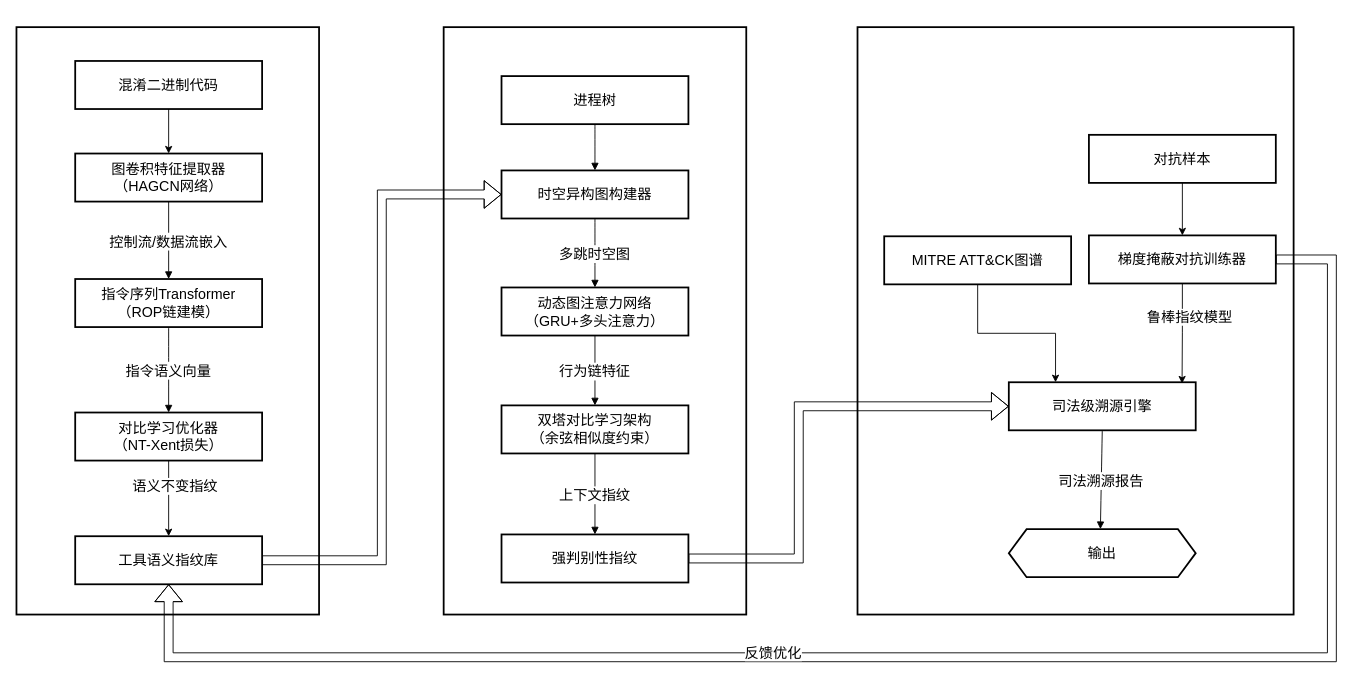
Earlier version of the draw.io diagram 高置信度指纹溯源体系.drawio (shanhuaV/shanhuaV.github.io). Source tidied: cells renumbered, new cells numbered last; positions are measured from the earlier drawing's top-left corner, leaving out a move shared by most shapes. Both pictures are drawn from the tidied source at 89%, with x=0, y=0 at pixel (16, 16).
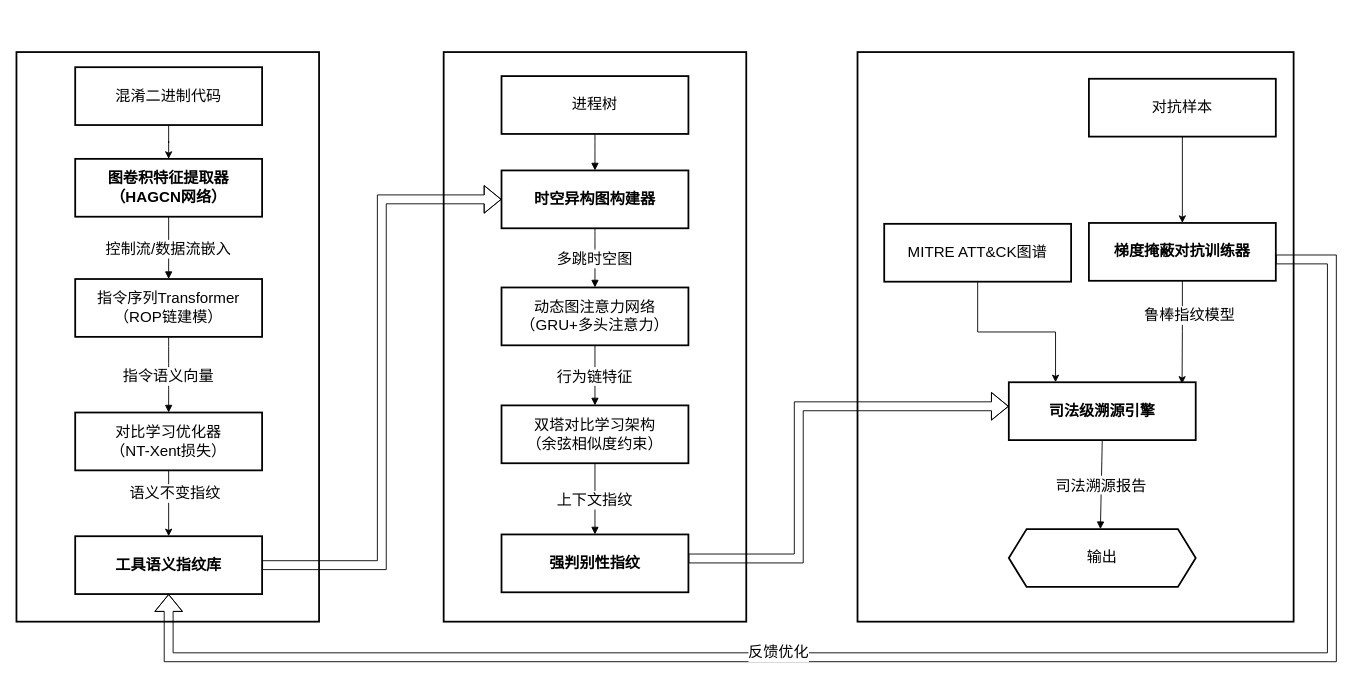
The same page after the edit.

Commit message:
更新高置信度指纹溯源体系.drawio

Change to the diagram source:
```diff
@@
-    <mxCell id="2" style="whiteSpace=wrap;strokeWidth=2;fontSize=16;" parent="1" vertex="1">
-      <mxGeometry x="945" y="12" width="490" height="660" as="geometry" />
+    <mxCell id="2" style="whiteSpace=wrap;strokeWidth=2;fontSize=17;" parent="1" vertex="1">
+      <mxGeometry x="945" y="40" width="490" height="640" as="geometry" />
     </mxCell>
-    <mxCell id="3" style="whiteSpace=wrap;strokeWidth=2;fontSize=16;" parent="1" vertex="1">
-      <mxGeometry x="480" y="12" width="340" height="660" as="geometry" />
+    <mxCell id="3" style="whiteSpace=wrap;strokeWidth=2;fontSize=17;" parent="1" vertex="1">
+      <mxGeometry x="480" y="40" width="340" height="640" as="geometry" />
     </mxCell>
-    <mxCell id="4" style="whiteSpace=wrap;strokeWidth=2;fontSize=16;" parent="1" vertex="1">
-      <mxGeometry y="12" width="340" height="660" as="geometry" />
+    <mxCell id="4" style="whiteSpace=wrap;strokeWidth=2;fontSize=17;" parent="1" vertex="1">
+      <mxGeometry y="40" width="340" height="640" as="geometry" />
     </mxCell>
-    <mxCell id="5" style="edgeStyle=orthogonalEdgeStyle;rounded=0;jettySize=auto;html=1;fontSize=16;" parent="1" edge="1" source="6" target="7">
+    <mxCell id="5" style="edgeStyle=orthogonalEdgeStyle;rounded=0;jettySize=auto;html=1;fontSize=17;" parent="1" edge="1" source="6" target="7">
       <mxGeometry relative="1" as="geometry" />
     </mxCell>
-    <mxCell id="6" value="混淆二进制代码" style="whiteSpace=wrap;strokeWidth=2;fontSize=16;" parent="1" vertex="1">
-      <mxGeometry x="66" y="50" width="210" height="54" as="geometry" />
+    <mxCell id="6" value="混淆二进制代码" style="whiteSpace=wrap;strokeWidth=2;fontSize=17;" parent="1" vertex="1">
+      <mxGeometry x="66" y="57" width="210" height="65" as="geometry" />
     </mxCell>
-    <mxCell id="7" value="图卷积特征提取器&#10;（HAGCN网络）" style="whiteSpace=wrap;strokeWidth=2;fontSize=16;" parent="1" vertex="1">
-      <mxGeometry x="66" y="154" width="210" height="54" as="geometry" />
+    <mxCell id="7" value="图卷积特征提取器&#10;（HAGCN网络）" style="whiteSpace=wrap;strokeWidth=2;fontSize=17;fontStyle=1;" parent="1" vertex="1">
+      <mxGeometry x="66" y="160" width="210" height="65" as="geometry" />
     </mxCell>
-    <mxCell id="8" value="指令序列Transformer&#10;（ROP链建模）" style="whiteSpace=wrap;strokeWidth=2;fontSize=16;" parent="1" vertex="1">
-      <mxGeometry x="66" y="295" width="210" height="54" as="geometry" />
+    <mxCell id="8" value="指令序列Transformer&#10;（ROP链建模）" style="whiteSpace=wrap;strokeWidth=2;fontSize=17;" parent="1" vertex="1">
+      <mxGeometry x="66" y="295" width="210" height="65" as="geometry" />
     </mxCell>
-    <mxCell id="9" style="edgeStyle=orthogonalEdgeStyle;rounded=0;jettySize=auto;html=1;fontSize=16;" parent="1" edge="1" source="11" target="13">
+    <mxCell id="9" style="edgeStyle=orthogonalEdgeStyle;rounded=0;jettySize=auto;html=1;fontSize=17;" parent="1" edge="1" source="11" target="13">
       <mxGeometry relative="1" as="geometry" />
     </mxCell>
-    <mxCell id="10" value="语义不变指纹" style="edgeLabel;html=1;align=center;verticalAlign=middle;fontSize=16;" parent="9" vertex="1">
+    <mxCell id="10" value="语义不变指纹" style="edgeLabel;html=1;align=center;verticalAlign=middle;fontSize=17;" parent="9" vertex="1">
       <mxGeometry x="-0.31" y="6" relative="1" as="geometry">
         <mxPoint y="-1" as="offset" />
       </mxGeometry>
     </mxCell>
-    <mxCell id="11" value="对比学习优化器&#10;（NT-Xent损失）" style="whiteSpace=wrap;strokeWidth=2;fontSize=16;" parent="1" vertex="1">
-      <mxGeometry x="66" y="445" width="210" height="54" as="geometry" />
+    <mxCell id="11" value="对比学习优化器&#10;（NT-Xent损失）" style="whiteSpace=wrap;strokeWidth=2;fontSize=17;" parent="1" vertex="1">
+      <mxGeometry x="66" y="445" width="210" height="65" as="geometry" />
     </mxCell>
-    <mxCell id="12" style="edgeStyle=orthogonalEdgeStyle;rounded=0;jettySize=auto;html=1;entryX=0;entryY=0.5;entryDx=0;entryDy=0;fontSize=16;shape=flexArrow;" parent="1" edge="1" source="13" target="15">
+    <mxCell id="12" style="edgeStyle=orthogonalEdgeStyle;rounded=0;jettySize=auto;html=1;entryX=0;entryY=0.5;entryDx=0;entryDy=0;fontSize=17;shape=flexArrow;" parent="1" edge="1" source="13" target="15">
       <mxGeometry relative="1" as="geometry" />
     </mxCell>
-    <mxCell id="13" value="工具语义指纹库" style="whiteSpace=wrap;strokeWidth=2;fontSize=16;" parent="1" vertex="1">
-      <mxGeometry x="66" y="584" width="210" height="54" as="geometry" />
+    <mxCell id="13" value="工具语义指纹库" style="whiteSpace=wrap;strokeWidth=2;fontSize=17;fontStyle=1;" parent="1" vertex="1">
+      <mxGeometry x="66" y="584" width="210" height="65" as="geometry" />
     </mxCell>
-    <mxCell id="14" value="进程树" style="whiteSpace=wrap;strokeWidth=2;fontSize=16;" parent="1" vertex="1">
-      <mxGeometry x="545" y="67" width="210" height="54" as="geometry" />
+    <mxCell id="14" value="进程树" style="whiteSpace=wrap;strokeWidth=2;fontSize=17;" parent="1" vertex="1">
+      <mxGeometry x="545" y="67" width="210" height="65" as="geometry" />
     </mxCell>
-    <mxCell id="15" value="时空异构图构建器" style="whiteSpace=wrap;strokeWidth=2;fontSize=16;" parent="1" vertex="1">
-      <mxGeometry x="545" y="173" width="210" height="54" as="geometry" />
+    <mxCell id="15" value="时空异构图构建器" style="whiteSpace=wrap;strokeWidth=2;fontSize=17;fontStyle=1;" parent="1" vertex="1">
+      <mxGeometry x="545" y="173" width="210" height="65" as="geometry" />
     </mxCell>
-    <mxCell id="16" value="动态图注意力网络&#10;（GRU+多头注意力）" style="whiteSpace=wrap;strokeWidth=2;fontSize=16;" parent="1" vertex="1">
-      <mxGeometry x="545" y="304.5" width="210" height="54" as="geometry" />
+    <mxCell id="16" value="动态图注意力网络&#10;（GRU+多头注意力）" style="whiteSpace=wrap;strokeWidth=2;fontSize=17;" parent="1" vertex="1">
+      <mxGeometry x="545" y="304.5" width="210" height="65" as="geometry" />
     </mxCell>
-    <mxCell id="17" value="双塔对比学习架构&#10;（余弦相似度约束）" style="whiteSpace=wrap;strokeWidth=2;fontSize=16;" parent="1" vertex="1">
-      <mxGeometry x="545" y="437" width="210" height="54" as="geometry" />
+    <mxCell id="17" value="双塔对比学习架构&#10;（余弦相似度约束）" style="whiteSpace=wrap;strokeWidth=2;fontSize=17;" parent="1" vertex="1">
+      <mxGeometry x="545" y="437" width="210" height="65" as="geometry" />
     </mxCell>
-    <mxCell id="18" style="edgeStyle=orthogonalEdgeStyle;rounded=0;jettySize=auto;html=1;entryX=0;entryY=0.5;entryDx=0;entryDy=0;fontSize=16;shape=flexArrow;" parent="1" edge="1" source="19" target="24">
+    <mxCell id="18" style="edgeStyle=orthogonalEdgeStyle;rounded=0;jettySize=auto;html=1;fontSize=17;shape=flexArrow;" parent="1" edge="1" source="19" target="24">
       <mxGeometry relative="1" as="geometry">
         <Array as="points">
           <mxPoint x="879" y="609" />
           <mxPoint x="879" y="438" />
         </Array>
       </mxGeometry>
     </mxCell>
-    <mxCell id="19" value="强判别性指纹" style="whiteSpace=wrap;strokeWidth=2;fontSize=16;" parent="1" vertex="1">
-      <mxGeometry x="545" y="582" width="210" height="54" as="geometry" />
+    <mxCell id="19" value="强判别性指纹" style="whiteSpace=wrap;strokeWidth=2;fontSize=17;fontStyle=1;" parent="1" vertex="1">
+      <mxGeometry x="545" y="582" width="210" height="65" as="geometry" />
     </mxCell>
-    <mxCell id="20" style="edgeStyle=orthogonalEdgeStyle;rounded=0;jettySize=auto;html=1;" parent="1" edge="1" source="21" target="28">
+    <mxCell id="20" style="edgeStyle=orthogonalEdgeStyle;rounded=0;jettySize=auto;html=1;fontSize=17;" parent="1" edge="1" source="21" target="28">
       <mxGeometry relative="1" as="geometry" />
     </mxCell>
-    <mxCell id="21" value="对抗样本" style="whiteSpace=wrap;strokeWidth=2;fontSize=16;" parent="1" vertex="1">
-      <mxGeometry x="1205" y="133" width="210" height="54" as="geometry" />
+    <mxCell id="21" value="对抗样本" style="whiteSpace=wrap;strokeWidth=2;fontSize=17;" parent="1" vertex="1">
+      <mxGeometry x="1205" y="70" width="210" height="65" as="geometry" />
     </mxCell>
-    <mxCell id="22" style="edgeStyle=orthogonalEdgeStyle;rounded=0;jettySize=auto;html=1;exitX=0.5;exitY=1;exitDx=0;exitDy=0;fontSize=16;entryX=0.25;entryY=0;entryDx=0;entryDy=0;" parent="1" edge="1" source="23" target="24">
+    <mxCell id="22" style="edgeStyle=orthogonalEdgeStyle;rounded=0;jettySize=auto;html=1;exitX=0.5;exitY=1;exitDx=0;exitDy=0;fontSize=17;entryX=0.25;entryY=0;entryDx=0;entryDy=0;" parent="1" edge="1" source="23" target="24">
       <mxGeometry relative="1" as="geometry" />
     </mxCell>
-    <mxCell id="23" value="MITRE ATT&amp;CK图谱" style="whiteSpace=wrap;strokeWidth=2;fontSize=16;" parent="1" vertex="1">
-      <mxGeometry x="975" y="247" width="210" height="54" as="geometry" />
+    <mxCell id="23" value="MITRE ATT&amp;CK图谱" style="whiteSpace=wrap;strokeWidth=2;fontSize=17;" parent="1" vertex="1">
+      <mxGeometry x="975" y="233" width="210" height="65" as="geometry" />
     </mxCell>
-    <mxCell id="24" value="司法级溯源引擎" style="whiteSpace=wrap;strokeWidth=2;fontSize=16;" parent="1" vertex="1">
-      <mxGeometry x="1115" y="411" width="210" height="54" as="geometry" />
+    <mxCell id="24" value="司法级溯源引擎" style="whiteSpace=wrap;strokeWidth=2;fontSize=17;fontStyle=1;" parent="1" vertex="1">
+      <mxGeometry x="1115" y="411" width="210" height="65" as="geometry" />
     </mxCell>
-    <mxCell id="25" value="输出" style="shape=hexagon;perimeter=hexagonPerimeter2;fixedSize=1;strokeWidth=2;whiteSpace=wrap;fontSize=16;" parent="1" vertex="1">
-      <mxGeometry x="1115" y="576" width="210" height="54" as="geometry" />
+    <mxCell id="25" value="输出" style="shape=hexagon;perimeter=hexagonPerimeter2;fixedSize=1;strokeWidth=2;whiteSpace=wrap;fontSize=17;" parent="1" vertex="1">
+      <mxGeometry x="1115" y="576" width="210" height="65" as="geometry" />
     </mxCell>
-    <mxCell id="26" style="edgeStyle=orthogonalEdgeStyle;rounded=0;jettySize=auto;html=1;entryX=0.5;entryY=1;entryDx=0;entryDy=0;shape=flexArrow;" parent="1" edge="1" source="28" target="13">
+    <mxCell id="26" style="edgeStyle=orthogonalEdgeStyle;rounded=0;jettySize=auto;html=1;entryX=0.5;entryY=1;entryDx=0;entryDy=0;shape=flexArrow;fontSize=17;" parent="1" edge="1" source="28" target="13">
       <mxGeometry relative="1" as="geometry">
         <Array as="points">
           <mxPoint x="1478" y="273" />
           <mxPoint x="1478" y="720" />
           <mxPoint x="171" y="720" />
         </Array>
       </mxGeometry>
     </mxCell>
-    <mxCell id="27" value="&lt;span&gt;反馈优化&lt;/span&gt;" style="edgeLabel;html=1;align=center;verticalAlign=middle;fontSize=16;" parent="26" vertex="1">
+    <mxCell id="27" value="&lt;span&gt;反馈优化&lt;/span&gt;" style="edgeLabel;html=1;align=center;verticalAlign=middle;fontSize=17;" parent="26" vertex="1">
       <mxGeometry x="0.2" y="-6" relative="1" as="geometry" />
     </mxCell>
-    <mxCell id="28" value="梯度掩蔽对抗训练器" style="whiteSpace=wrap;strokeWidth=2;fontSize=16;" parent="1" vertex="1">
-      <mxGeometry x="1205" y="246" width="210" height="54" as="geometry" />
+    <mxCell id="28" value="梯度掩蔽对抗训练器" style="whiteSpace=wrap;strokeWidth=2;fontSize=17;fontStyle=1;" parent="1" vertex="1">
+      <mxGeometry x="1205" y="232" width="210" height="65" as="geometry" />
     </mxCell>
-    <mxCell id="29" style="whiteSpace=wrap;strokeWidth=2;fontSize=16;" parent="1" vertex="1">
+    <mxCell id="29" style="whiteSpace=wrap;strokeWidth=2;fontSize=17;" parent="1" vertex="1">
       <mxGeometry x="391" y="428" as="geometry" />
     </mxCell>
-    <mxCell id="30" style="whiteSpace=wrap;strokeWidth=2;fontSize=16;" parent="1" vertex="1">
+    <mxCell id="30" style="whiteSpace=wrap;strokeWidth=2;fontSize=17;" parent="1" vertex="1">
       <mxGeometry x="405" y="554" as="geometry" />
     </mxCell>
-    <mxCell id="31" style="whiteSpace=wrap;strokeWidth=2;fontSize=16;" parent="1" vertex="1">
+    <mxCell id="31" style="whiteSpace=wrap;strokeWidth=2;fontSize=17;" parent="1" vertex="1">
       <mxGeometry x="251" y="459" as="geometry" />
     </mxCell>
-    <mxCell id="32" style="whiteSpace=wrap;strokeWidth=2;fontSize=16;" parent="1" vertex="1">
+    <mxCell id="32" style="whiteSpace=wrap;strokeWidth=2;fontSize=17;" parent="1" vertex="1">
       <mxGeometry x="282" y="611" as="geometry" />
     </mxCell>
-    <mxCell id="33" style="whiteSpace=wrap;strokeWidth=2;fontSize=16;" parent="1" vertex="1">
+    <mxCell id="33" style="whiteSpace=wrap;strokeWidth=2;fontSize=17;" parent="1" vertex="1">
       <mxGeometry x="116" y="611" as="geometry" />
     </mxCell>
-    <mxCell id="34" style="whiteSpace=wrap;strokeWidth=2;fontSize=16;" parent="1" vertex="1">
-      <mxGeometry x="662" as="geometry" />
-    </mxCell>
-    <mxCell id="35" style="whiteSpace=wrap;strokeWidth=2;fontSize=16;" parent="1" vertex="1">
+    <mxCell id="35" style="whiteSpace=wrap;strokeWidth=2;fontSize=17;" parent="1" vertex="1">
       <mxGeometry x="773" y="478" as="geometry" />
     </mxCell>
-    <mxCell id="36" style="whiteSpace=wrap;strokeWidth=2;fontSize=16;" parent="1" vertex="1">
+    <mxCell id="36" style="whiteSpace=wrap;strokeWidth=2;fontSize=17;" parent="1" vertex="1">
       <mxGeometry x="814" y="605" as="geometry" />
     </mxCell>
-    <mxCell id="37" style="whiteSpace=wrap;strokeWidth=2;fontSize=16;" parent="1" vertex="1">
+    <mxCell id="37" style="whiteSpace=wrap;strokeWidth=2;fontSize=17;" parent="1" vertex="1">
       <mxGeometry x="614" y="605" as="geometry" />
     </mxCell>
-    <mxCell id="38" style="whiteSpace=wrap;strokeWidth=2;fontSize=16;" parent="1" vertex="1">
-      <mxGeometry x="670" y="731" as="geometry" />
-    </mxCell>
-    <mxCell id="39" value="控制流/数据流嵌入" style="startArrow=none;endArrow=block;exitX=0.5;exitY=1;entryX=0.5;entryY=0;rounded=0;exitDx=0;exitDy=0;fontSize=16;entryDx=0;entryDy=0;" parent="1" edge="1" source="7" target="8">
+    <mxCell id="39" value="控制流/数据流嵌入" style="startArrow=none;endArrow=block;exitX=0.5;exitY=1;entryX=0.5;entryY=0;rounded=0;exitDx=0;exitDy=0;fontSize=17;entryDx=0;entryDy=0;" parent="1" edge="1" source="7" target="8">
       <mxGeometry relative="1" as="geometry" />
     </mxCell>
-    <mxCell id="40" value="指令语义向量" style="curved=1;startArrow=none;endArrow=block;exitX=0.5;exitY=1;entryX=0.5;entryY=0.01;rounded=0;exitDx=0;exitDy=0;fontSize=16;" parent="1" edge="1" source="8" target="11">
+    <mxCell id="40" value="指令语义向量" style="curved=1;startArrow=none;endArrow=block;exitX=0.5;exitY=1;entryX=0.5;entryY=0.01;rounded=0;exitDx=0;exitDy=0;fontSize=17;" parent="1" edge="1" source="8" target="11">
       <mxGeometry relative="1" as="geometry" />
     </mxCell>
-    <mxCell id="41" style="curved=1;startArrow=none;endArrow=block;exitX=0.5;exitY=1;entryX=0.5;entryY=-0.01;rounded=0;fontSize=16;" parent="1" edge="1" source="14" target="15">
+    <mxCell id="41" style="curved=1;startArrow=none;endArrow=block;exitX=0.5;exitY=1;entryX=0.5;entryY=-0.01;rounded=0;fontSize=17;" parent="1" edge="1" source="14" target="15">
       <mxGeometry relative="1" as="geometry" />
     </mxCell>
-    <mxCell id="42" value="多跳时空图" style="curved=1;startArrow=none;endArrow=block;exitX=0.5;exitY=0.99;entryX=0.5;entryY=0.01;rounded=0;fontSize=16;" parent="1" edge="1" source="15" target="16">
+    <mxCell id="42" value="多跳时空图" style="curved=1;startArrow=none;endArrow=block;exitX=0.5;exitY=0.99;entryX=0.5;entryY=0.01;rounded=0;fontSize=17;" parent="1" edge="1" source="15" target="16">
       <mxGeometry relative="1" as="geometry" />
     </mxCell>
-    <mxCell id="43" value="行为链特征" style="startArrow=none;endArrow=block;exitX=0.5;exitY=1;entryX=0.5;entryY=0;rounded=0;fontSize=16;exitDx=0;exitDy=0;" parent="1" edge="1" source="16" target="17">
+    <mxCell id="43" value="行为链特征" style="startArrow=none;endArrow=block;exitX=0.5;exitY=1;entryX=0.5;entryY=0;rounded=0;fontSize=17;exitDx=0;exitDy=0;" parent="1" edge="1" source="16" target="17">
       <mxGeometry relative="1" as="geometry" />
     </mxCell>
-    <mxCell id="44" value="上下文指纹" style="startArrow=none;endArrow=block;exitX=0.5;exitY=1;entryX=0.5;entryY=-0.01;rounded=0;fontSize=16;exitDx=0;exitDy=0;" parent="1" edge="1" source="17" target="19">
+    <mxCell id="44" value="上下文指纹" style="startArrow=none;endArrow=block;exitX=0.5;exitY=1;entryX=0.5;entryY=-0.01;rounded=0;fontSize=17;exitDx=0;exitDy=0;" parent="1" edge="1" source="17" target="19">
       <mxGeometry relative="1" as="geometry" />
     </mxCell>
-    <mxCell id="45" value="司法溯源报告" style="curved=1;startArrow=none;endArrow=block;exitX=0.5;exitY=1.01;entryX=0.49;entryY=0;rounded=0;fontSize=16;" parent="1" edge="1" source="24" target="25">
+    <mxCell id="45" value="司法溯源报告" style="curved=1;startArrow=none;endArrow=block;exitX=0.5;exitY=1.01;entryX=0.49;entryY=0;rounded=0;fontSize=17;" parent="1" edge="1" source="24" target="25">
       <mxGeometry relative="1" as="geometry" />
     </mxCell>
-    <mxCell id="46" style="edgeStyle=orthogonalEdgeStyle;rounded=0;jettySize=auto;html=1;entryX=0.927;entryY=0.026;entryDx=0;entryDy=0;entryPerimeter=0;fontSize=16;" parent="1" edge="1" source="28" target="24">
+    <mxCell id="46" style="edgeStyle=orthogonalEdgeStyle;rounded=0;jettySize=auto;html=1;entryX=0.927;entryY=0.026;entryDx=0;entryDy=0;entryPerimeter=0;fontSize=17;" parent="1" edge="1" source="28" target="24">
       <mxGeometry relative="1" as="geometry" />
     </mxCell>
-    <mxCell id="47" value="&lt;span style=&quot;font-size: 16px;&quot;&gt;鲁棒指纹模型&lt;/span&gt;" style="edgeLabel;html=1;align=center;verticalAlign=middle;" parent="46" vertex="1">
+    <mxCell id="47" value="&lt;span&gt;鲁棒指纹模型&lt;/span&gt;" style="edgeLabel;html=1;align=center;verticalAlign=middle;fontSize=17;" parent="46" vertex="1">
       <mxGeometry x="-0.35" y="7" relative="1" as="geometry" />
     </mxCell>
```
